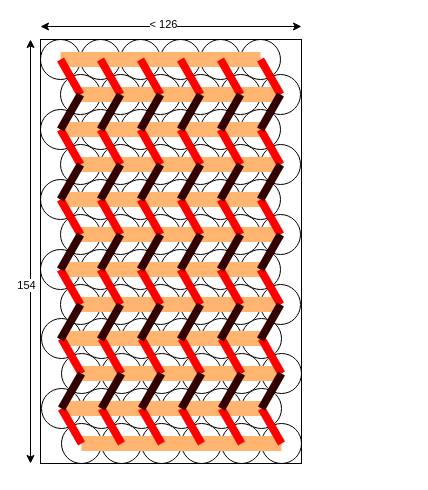
The draw.io diagram Cartes/BMS/BMS V1.0/MES48 V2.drawio in EOSCogniton/ELIZ-2022, before the edit. Source tidied: cells renumbered, new cells numbered last; positions are measured from the earlier drawing's top-left corner, leaving out a move shared by most shapes. Both pictures are drawn from the tidied source at 100%, with x=0, y=0 at pixel (30, 26).
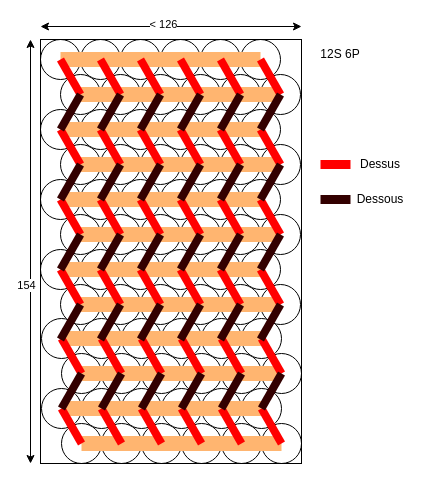
The same diagram, later.

Diff of the diagram source:
```diff
@@
+    <mxCell id="177" style="endArrow=none;html=1;rounded=0;strokeWidth=9;strokeColor=#FF0000;" parent="1" edge="1" target="178">
+      <mxGeometry relative="1" as="geometry">
+        <mxPoint x="290" y="138" as="sourcePoint" />
+      </mxGeometry>
+    </mxCell>
+    <mxCell id="178" value="Dessus" style="text;html=1;strokeColor=none;fillColor=none;align=center;verticalAlign=middle;whiteSpace=wrap;rounded=0;" parent="1" vertex="1">
+      <mxGeometry x="320" y="123" width="60" height="30" as="geometry" />
+    </mxCell>
+    <mxCell id="179" style="endArrow=none;html=1;rounded=0;strokeWidth=9;strokeColor=#330000;" parent="1" edge="1" target="180">
+      <mxGeometry relative="1" as="geometry">
+        <mxPoint x="290" y="173" as="sourcePoint" />
+      </mxGeometry>
+    </mxCell>
+    <mxCell id="180" value="Dessous" style="text;html=1;strokeColor=none;fillColor=none;align=center;verticalAlign=middle;whiteSpace=wrap;rounded=0;" parent="1" vertex="1">
+      <mxGeometry x="320" y="158" width="60" height="30" as="geometry" />
+    </mxCell>
+    <mxCell id="181" value="12S 6P" style="text;html=1;strokeColor=none;fillColor=none;align=center;verticalAlign=middle;whiteSpace=wrap;rounded=0;" parent="1" vertex="1">
+      <mxGeometry x="280" y="13" width="60" height="30" as="geometry" />
+    </mxCell>
```
